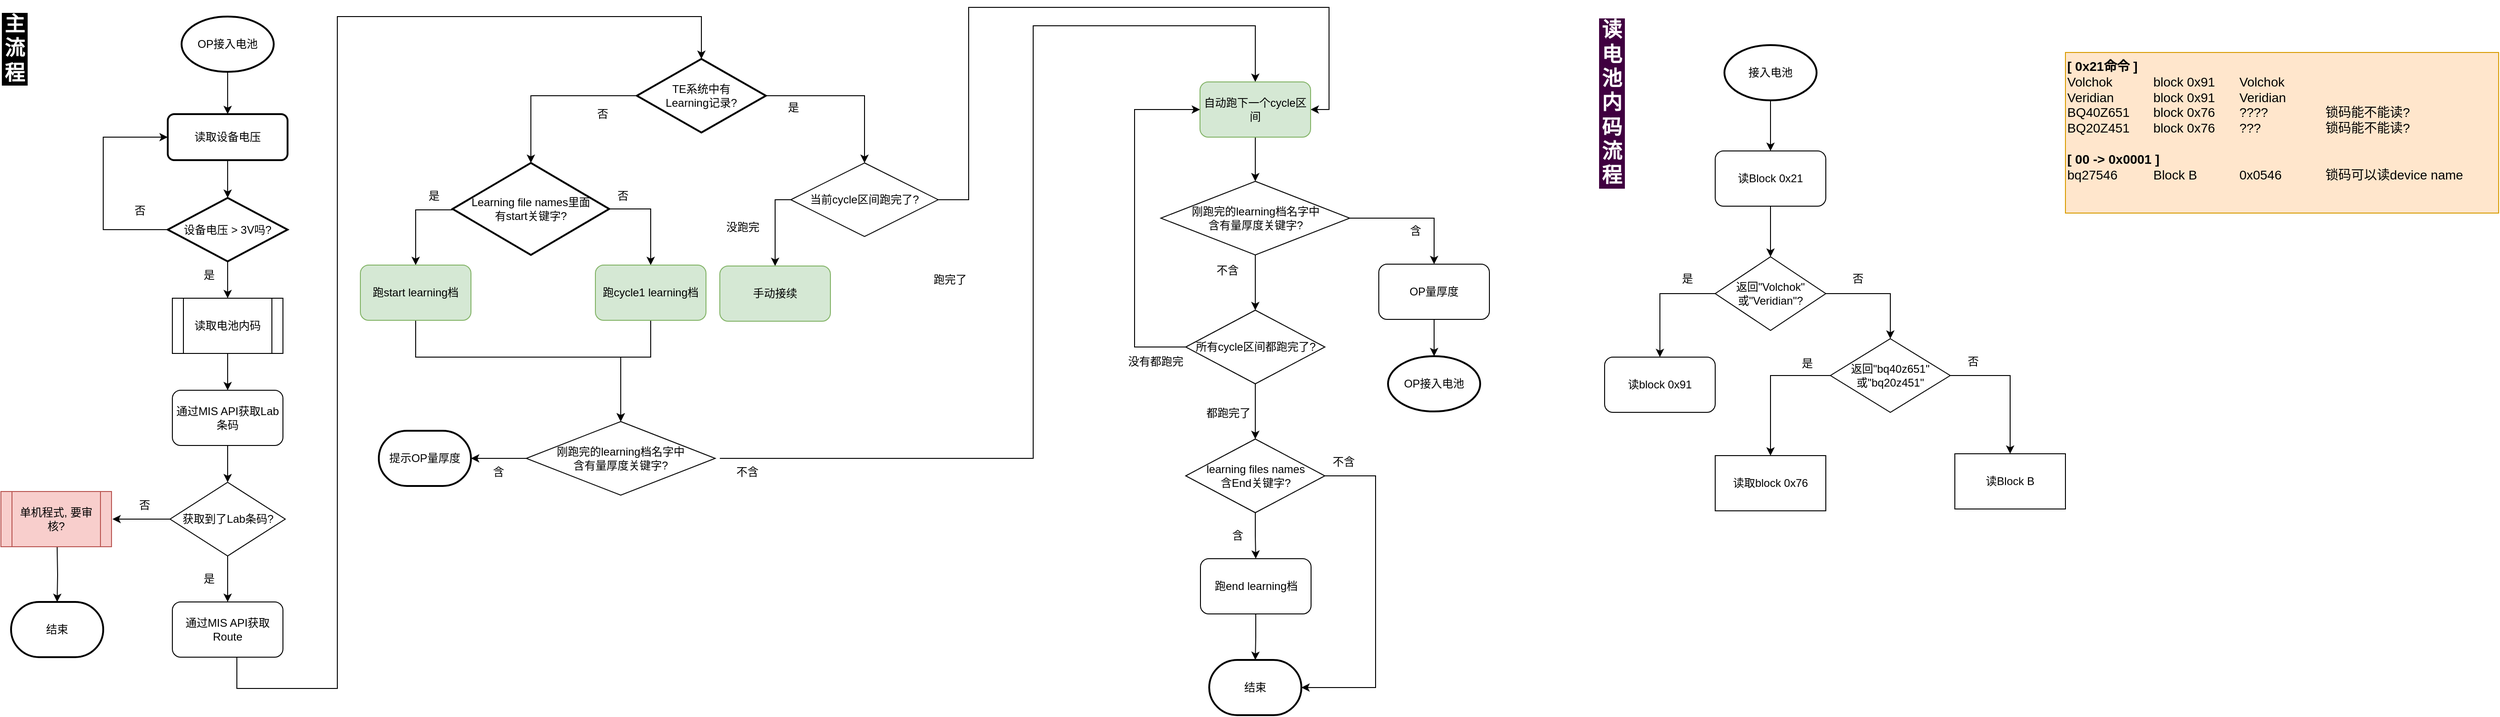
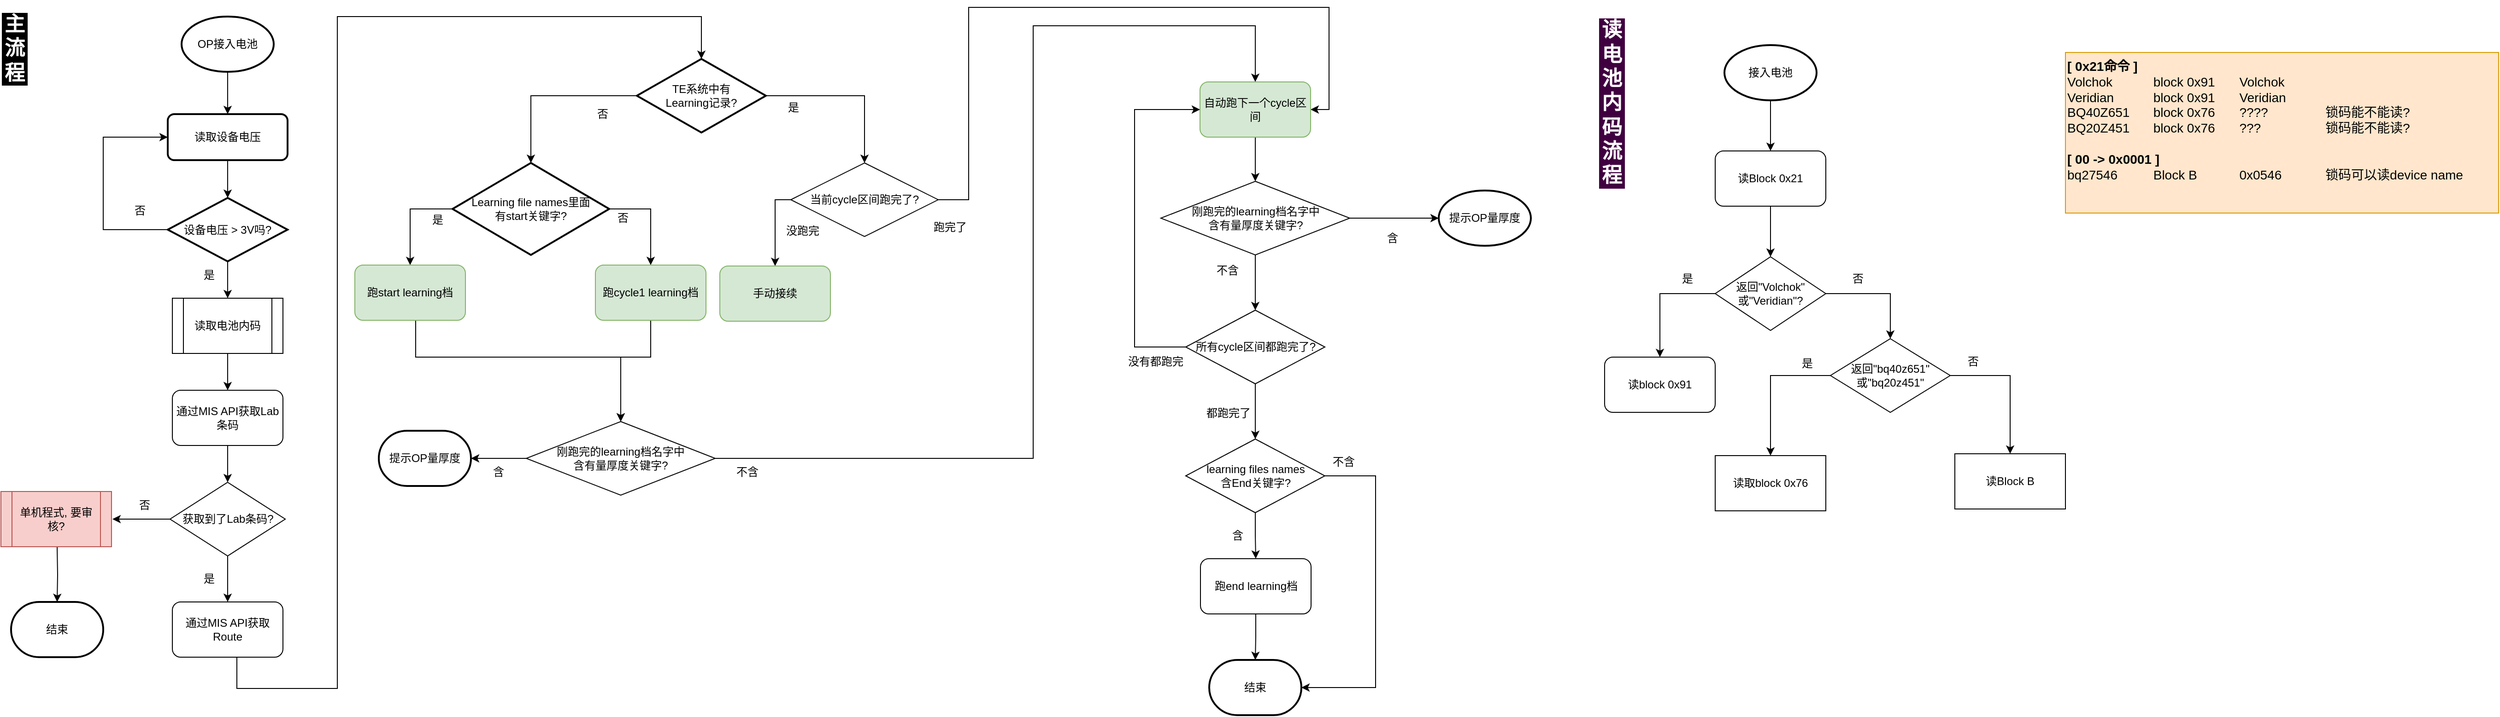
<mxfile host="app.diagrams.net">
  <diagram name="第 1 页" id="3HldnIOuQtLrwHUO-1mN">
    <mxGraphModel dx="1318" dy="774" grid="1" gridSize="10" guides="1" tooltips="1" connect="1" arrows="1" fold="1" page="1" pageScale="1" pageWidth="1169" pageHeight="827" background="#FFFFFF" math="0" shadow="0">
      <root>
        <mxCell id="0" />
        <mxCell id="1" parent="0" />
        <mxCell id="qRa3hty1LtdxE0hFs_0w-8" edge="1" parent="1" source="qRa3hty1LtdxE0hFs_0w-4" style="edgeStyle=orthogonalEdgeStyle;rounded=0;orthogonalLoop=1;jettySize=auto;html=1;" target="qRa3hty1LtdxE0hFs_0w-6" value="">
          <mxGeometry relative="1" as="geometry" />
        </mxCell>
        <mxCell id="qRa3hty1LtdxE0hFs_0w-4" parent="1" style="strokeWidth=2;html=1;shape=mxgraph.flowchart.start_1;whiteSpace=wrap;" value="OP接入电池" vertex="1">
          <mxGeometry height="60" width="100" x="216" y="20" as="geometry" />
        </mxCell>
        <mxCell id="qRa3hty1LtdxE0hFs_0w-9" edge="1" parent="1" source="qRa3hty1LtdxE0hFs_0w-6" style="edgeStyle=orthogonalEdgeStyle;rounded=0;orthogonalLoop=1;jettySize=auto;html=1;" target="qRa3hty1LtdxE0hFs_0w-7" value="">
          <mxGeometry relative="1" as="geometry" />
        </mxCell>
        <mxCell id="qRa3hty1LtdxE0hFs_0w-6" parent="1" style="rounded=1;whiteSpace=wrap;html=1;absoluteArcSize=1;arcSize=14;strokeWidth=2;" value="读取设备电压" vertex="1">
          <mxGeometry height="50" width="130" x="201" y="126" as="geometry" />
        </mxCell>
        <mxCell id="qRa3hty1LtdxE0hFs_0w-14" edge="1" parent="1" source="qRa3hty1LtdxE0hFs_0w-7" style="edgeStyle=orthogonalEdgeStyle;rounded=0;orthogonalLoop=1;jettySize=auto;html=1;" target="qRa3hty1LtdxE0hFs_0w-13" value="">
          <mxGeometry relative="1" as="geometry" />
        </mxCell>
        <mxCell id="qRa3hty1LtdxE0hFs_0w-25" edge="1" parent="1" source="qRa3hty1LtdxE0hFs_0w-7" style="edgeStyle=orthogonalEdgeStyle;rounded=0;orthogonalLoop=1;jettySize=auto;html=1;entryX=0;entryY=0.5;entryDx=0;entryDy=0;" target="qRa3hty1LtdxE0hFs_0w-6">
          <mxGeometry relative="1" as="geometry">
            <Array as="points">
              <mxPoint x="131" y="252" />
              <mxPoint x="131" y="151" />
            </Array>
            <mxPoint x="411" y="146" as="targetPoint" />
          </mxGeometry>
        </mxCell>
        <mxCell id="qRa3hty1LtdxE0hFs_0w-7" parent="1" style="strokeWidth=2;html=1;shape=mxgraph.flowchart.decision;whiteSpace=wrap;" value="设备电压 &amp;gt; 3V吗?" vertex="1">
          <mxGeometry height="69" width="130" x="201" y="217" as="geometry" />
        </mxCell>
        <mxCell id="qRa3hty1LtdxE0hFs_0w-11" parent="1" style="text;html=1;whiteSpace=wrap;strokeColor=none;fillColor=none;align=center;verticalAlign=middle;rounded=0;" value="&lt;div&gt;否&lt;/div&gt;" vertex="1">
          <mxGeometry height="30" width="60" x="141" y="216" as="geometry" />
        </mxCell>
        <mxCell id="qRa3hty1LtdxE0hFs_0w-12" parent="1" style="text;html=1;whiteSpace=wrap;strokeColor=none;fillColor=none;align=center;verticalAlign=middle;rounded=0;" value="&lt;div&gt;是&lt;/div&gt;" vertex="1">
          <mxGeometry height="30" width="60" x="216" y="286" as="geometry" />
        </mxCell>
        <mxCell id="qRa3hty1LtdxE0hFs_0w-16" edge="1" parent="1" source="qRa3hty1LtdxE0hFs_0w-13" style="edgeStyle=orthogonalEdgeStyle;rounded=0;orthogonalLoop=1;jettySize=auto;html=1;" target="qRa3hty1LtdxE0hFs_0w-15" value="">
          <mxGeometry relative="1" as="geometry" />
        </mxCell>
        <mxCell id="qRa3hty1LtdxE0hFs_0w-13" parent="1" style="shape=process;whiteSpace=wrap;html=1;backgroundOutline=1;" value="读取电池内码" vertex="1">
          <mxGeometry height="60" width="120" x="206" y="326" as="geometry" />
        </mxCell>
        <mxCell id="qRa3hty1LtdxE0hFs_0w-20" edge="1" parent="1" source="qRa3hty1LtdxE0hFs_0w-15" style="edgeStyle=orthogonalEdgeStyle;rounded=0;orthogonalLoop=1;jettySize=auto;html=1;" target="qRa3hty1LtdxE0hFs_0w-19" value="">
          <mxGeometry relative="1" as="geometry" />
        </mxCell>
        <mxCell id="qRa3hty1LtdxE0hFs_0w-15" parent="1" style="rounded=1;whiteSpace=wrap;html=1;" value="通过MIS API获取Lab条码" vertex="1">
          <mxGeometry height="60" width="120" x="206" y="426" as="geometry" />
        </mxCell>
        <mxCell id="qRa3hty1LtdxE0hFs_0w-31" edge="1" parent="1" style="edgeStyle=orthogonalEdgeStyle;rounded=0;orthogonalLoop=1;jettySize=auto;html=1;entryX=0.5;entryY=0;entryDx=0;entryDy=0;entryPerimeter=0;strokeWidth=1;" target="qRa3hty1LtdxE0hFs_0w-30" value="">
          <mxGeometry relative="1" as="geometry">
            <Array as="points">
              <mxPoint x="276" y="750" />
              <mxPoint x="385" y="750" />
              <mxPoint x="385" y="20" />
              <mxPoint x="780" y="20" />
              <mxPoint x="780" y="59" />
            </Array>
            <mxPoint x="276" y="716" as="sourcePoint" />
            <mxPoint x="793" y="59" as="targetPoint" />
          </mxGeometry>
        </mxCell>
        <mxCell id="qRa3hty1LtdxE0hFs_0w-17" parent="1" style="rounded=1;whiteSpace=wrap;html=1;" value="通过MIS API获取Route" vertex="1">
          <mxGeometry height="60" width="120" x="206" y="656" as="geometry" />
        </mxCell>
        <mxCell id="qRa3hty1LtdxE0hFs_0w-21" edge="1" parent="1" source="qRa3hty1LtdxE0hFs_0w-19" style="edgeStyle=orthogonalEdgeStyle;rounded=0;orthogonalLoop=1;jettySize=auto;html=1;" target="qRa3hty1LtdxE0hFs_0w-17" value="">
          <mxGeometry relative="1" as="geometry" />
        </mxCell>
        <mxCell id="qRa3hty1LtdxE0hFs_0w-27" edge="1" parent="1" source="qRa3hty1LtdxE0hFs_0w-19" style="edgeStyle=orthogonalEdgeStyle;rounded=0;orthogonalLoop=1;jettySize=auto;html=1;" value="">
          <mxGeometry relative="1" as="geometry">
            <mxPoint x="141" y="566" as="targetPoint" />
          </mxGeometry>
        </mxCell>
        <mxCell id="qRa3hty1LtdxE0hFs_0w-19" parent="1" style="rhombus;whiteSpace=wrap;html=1;" value="获取到了Lab条码?" vertex="1">
          <mxGeometry height="80" width="125" x="203.5" y="526" as="geometry" />
        </mxCell>
        <mxCell id="qRa3hty1LtdxE0hFs_0w-22" parent="1" style="text;html=1;whiteSpace=wrap;strokeColor=none;fillColor=none;align=center;verticalAlign=middle;rounded=0;" value="是" vertex="1">
          <mxGeometry height="30" width="60" x="216" y="616" as="geometry" />
        </mxCell>
        <mxCell id="qRa3hty1LtdxE0hFs_0w-29" edge="1" parent="1" style="edgeStyle=orthogonalEdgeStyle;rounded=0;orthogonalLoop=1;jettySize=auto;html=1;" target="qRa3hty1LtdxE0hFs_0w-28" value="">
          <mxGeometry relative="1" as="geometry">
            <mxPoint x="81" y="596" as="sourcePoint" />
          </mxGeometry>
        </mxCell>
        <mxCell id="qRa3hty1LtdxE0hFs_0w-26" parent="1" style="shape=process;whiteSpace=wrap;html=1;backgroundOutline=1;fillColor=#f8cecc;strokeColor=#b85450;" value="单机程式, 要审核?" vertex="1">
          <mxGeometry height="60" width="120" x="20" y="536" as="geometry" />
        </mxCell>
        <mxCell id="qRa3hty1LtdxE0hFs_0w-28" parent="1" style="strokeWidth=2;html=1;shape=mxgraph.flowchart.terminator;whiteSpace=wrap;" value="结束" vertex="1">
          <mxGeometry height="60" width="100" x="31" y="656" as="geometry" />
        </mxCell>
        <mxCell id="qRa3hty1LtdxE0hFs_0w-34" edge="1" parent="1" source="qRa3hty1LtdxE0hFs_0w-30" style="edgeStyle=orthogonalEdgeStyle;rounded=0;orthogonalLoop=1;jettySize=auto;html=1;exitX=0;exitY=0.5;exitDx=0;exitDy=0;exitPerimeter=0;" target="qRa3hty1LtdxE0hFs_0w-33" value="">
          <mxGeometry relative="1" as="geometry">
            <mxPoint x="595" y="129" as="sourcePoint" />
          </mxGeometry>
        </mxCell>
        <mxCell id="qRa3hty1LtdxE0hFs_0w-38" edge="1" parent="1" source="qRa3hty1LtdxE0hFs_0w-30" style="edgeStyle=orthogonalEdgeStyle;rounded=0;orthogonalLoop=1;jettySize=auto;html=1;" target="qRa3hty1LtdxE0hFs_0w-37" value="">
          <mxGeometry relative="1" as="geometry" />
        </mxCell>
        <mxCell id="qRa3hty1LtdxE0hFs_0w-30" parent="1" style="strokeWidth=2;html=1;shape=mxgraph.flowchart.decision;whiteSpace=wrap;" value="&lt;div&gt;TE系统中有&lt;/div&gt;&lt;div&gt;Learning记录?&lt;/div&gt;" vertex="1">
          <mxGeometry height="80" width="140" x="710" y="66" as="geometry" />
        </mxCell>
-         <mxCell id="qRa3hty1LtdxE0hFs_0w-45" edge="1" parent="1" source="qRa3hty1LtdxE0hFs_0w-33" style="edgeStyle=orthogonalEdgeStyle;rounded=0;orthogonalLoop=1;jettySize=auto;html=1;" target="qRa3hty1LtdxE0hFs_0w-44" value="">
-           <mxGeometry relative="1" as="geometry">
-             <Array as="points">
-               <mxPoint x="470" y="230" />
-             </Array>
-           </mxGeometry>
-         </mxCell>
        <mxCell id="qRa3hty1LtdxE0hFs_0w-67" edge="1" parent="1" source="qRa3hty1LtdxE0hFs_0w-33" style="edgeStyle=orthogonalEdgeStyle;rounded=0;orthogonalLoop=1;jettySize=auto;html=1;entryX=0.5;entryY=0;entryDx=0;entryDy=0;exitX=1;exitY=0.5;exitDx=0;exitDy=0;exitPerimeter=0;" target="qRa3hty1LtdxE0hFs_0w-66">
          <mxGeometry relative="1" as="geometry" />
+         </mxCell>
+         <mxCell id="PsBZDfwHha2lWDHOalyY-45" edge="1" parent="1" source="qRa3hty1LtdxE0hFs_0w-33" style="edgeStyle=orthogonalEdgeStyle;rounded=0;orthogonalLoop=1;jettySize=auto;html=1;entryX=0.5;entryY=0;entryDx=0;entryDy=0;" target="qRa3hty1LtdxE0hFs_0w-44">
+           <mxGeometry relative="1" as="geometry">
+             <Array as="points">
+               <mxPoint x="464" y="229" />
+             </Array>
+           </mxGeometry>
        </mxCell>
        <mxCell id="qRa3hty1LtdxE0hFs_0w-33" parent="1" style="strokeWidth=2;html=1;shape=mxgraph.flowchart.decision;whiteSpace=wrap;" value="&lt;div&gt;Learning file names里面&lt;/div&gt;&lt;div&gt;有start关键字?&lt;/div&gt;" vertex="1">
          <mxGeometry height="100" width="170" x="510" y="179" as="geometry" />
        </mxCell>
        <mxCell id="qRa3hty1LtdxE0hFs_0w-35" parent="1" style="text;html=1;whiteSpace=wrap;strokeColor=none;fillColor=none;align=center;verticalAlign=middle;rounded=0;" value="否" vertex="1">
          <mxGeometry height="30" width="60" x="642.5" y="111" as="geometry" />
        </mxCell>
        <mxCell id="qRa3hty1LtdxE0hFs_0w-36" parent="1" style="text;html=1;whiteSpace=wrap;strokeColor=none;fillColor=none;align=center;verticalAlign=middle;rounded=0;" value="是" vertex="1">
          <mxGeometry height="30" width="60" x="850" y="104" as="geometry" />
        </mxCell>
        <mxCell id="qRa3hty1LtdxE0hFs_0w-40" edge="1" parent="1" source="qRa3hty1LtdxE0hFs_0w-37" style="edgeStyle=orthogonalEdgeStyle;rounded=0;orthogonalLoop=1;jettySize=auto;html=1;" target="qRa3hty1LtdxE0hFs_0w-39" value="">
          <mxGeometry relative="1" as="geometry">
            <Array as="points">
              <mxPoint x="860" y="219" />
            </Array>
          </mxGeometry>
        </mxCell>
        <mxCell id="PsBZDfwHha2lWDHOalyY-44" edge="1" parent="1" source="qRa3hty1LtdxE0hFs_0w-37" style="edgeStyle=orthogonalEdgeStyle;rounded=0;orthogonalLoop=1;jettySize=auto;html=1;entryX=1;entryY=0.5;entryDx=0;entryDy=0;" target="qRa3hty1LtdxE0hFs_0w-55">
          <mxGeometry relative="1" as="geometry">
            <Array as="points">
              <mxPoint x="1070" y="219" />
              <mxPoint x="1070" y="10" />
              <mxPoint x="1461" y="10" />
              <mxPoint x="1461" y="121" />
            </Array>
          </mxGeometry>
        </mxCell>
        <mxCell id="qRa3hty1LtdxE0hFs_0w-37" parent="1" style="rhombus;whiteSpace=wrap;html=1;" value="当前cycle区间跑完了?" vertex="1">
          <mxGeometry height="80" width="160" x="877" y="179" as="geometry" />
        </mxCell>
        <mxCell id="qRa3hty1LtdxE0hFs_0w-39" parent="1" style="rounded=1;whiteSpace=wrap;html=1;fillColor=#d5e8d4;strokeColor=#82b366;" value="手动接续" vertex="1">
          <mxGeometry height="60" width="120" x="800" y="291" as="geometry" />
        </mxCell>
        <mxCell id="qRa3hty1LtdxE0hFs_0w-41" parent="1" style="text;html=1;whiteSpace=wrap;strokeColor=none;fillColor=none;align=center;verticalAlign=middle;rounded=0;" value="没跑完" vertex="1">
-           <mxGeometry height="30" width="60" x="795" y="233.5" as="geometry" />
+           <mxGeometry height="30" width="60" x="860" y="238" as="geometry" />
        </mxCell>
        <mxCell id="qRa3hty1LtdxE0hFs_0w-71" edge="1" parent="1" source="qRa3hty1LtdxE0hFs_0w-44" style="edgeStyle=orthogonalEdgeStyle;rounded=0;orthogonalLoop=1;jettySize=auto;html=1;entryX=0.5;entryY=0;entryDx=0;entryDy=0;exitX=0.5;exitY=1;exitDx=0;exitDy=0;" target="qRa3hty1LtdxE0hFs_0w-49">
          <mxGeometry relative="1" as="geometry">
            <Array as="points">
              <mxPoint x="470" y="390" />
              <mxPoint x="692" y="390" />
            </Array>
          </mxGeometry>
        </mxCell>
        <mxCell id="qRa3hty1LtdxE0hFs_0w-44" parent="1" style="rounded=1;whiteSpace=wrap;html=1;fillColor=#d5e8d4;strokeColor=#82b366;" value="跑start learning档" vertex="1">
-           <mxGeometry height="60" width="120" x="410" y="290" as="geometry" />
+           <mxGeometry height="60" width="120" x="404" y="290" as="geometry" />
        </mxCell>
        <mxCell id="qRa3hty1LtdxE0hFs_0w-46" parent="1" style="text;html=1;whiteSpace=wrap;strokeColor=none;fillColor=none;align=center;verticalAlign=middle;rounded=0;" value="是" vertex="1">
-           <mxGeometry height="30" width="60" x="460" y="200" as="geometry" />
-         </mxCell>
-         <mxCell id="qRa3hty1LtdxE0hFs_0w-129" edge="1" parent="1" style="edgeStyle=orthogonalEdgeStyle;rounded=0;orthogonalLoop=1;jettySize=auto;html=1;entryX=0.5;entryY=0;entryDx=0;entryDy=0;strokeWidth=1;" target="qRa3hty1LtdxE0hFs_0w-55">
+           <mxGeometry height="30" width="60" x="464" y="226" as="geometry" />
+         </mxCell>
+         <mxCell id="qRa3hty1LtdxE0hFs_0w-129" edge="1" parent="1" source="qRa3hty1LtdxE0hFs_0w-49" style="edgeStyle=orthogonalEdgeStyle;rounded=0;orthogonalLoop=1;jettySize=auto;html=1;entryX=0.5;entryY=0;entryDx=0;entryDy=0;strokeWidth=1;exitX=1;exitY=0.5;exitDx=0;exitDy=0;" target="qRa3hty1LtdxE0hFs_0w-55">
          <mxGeometry relative="1" as="geometry">
            <Array as="points">
              <mxPoint x="1140" y="500" />
              <mxPoint x="1140" y="30" />
              <mxPoint x="1381" y="30" />
            </Array>
            <mxPoint x="800" y="500" as="sourcePoint" />
          </mxGeometry>
        </mxCell>
        <mxCell id="PsBZDfwHha2lWDHOalyY-38" edge="1" parent="1" source="qRa3hty1LtdxE0hFs_0w-49" style="edgeStyle=orthogonalEdgeStyle;rounded=0;orthogonalLoop=1;jettySize=auto;html=1;" target="PsBZDfwHha2lWDHOalyY-37" value="">
          <mxGeometry relative="1" as="geometry" />
        </mxCell>
        <mxCell id="qRa3hty1LtdxE0hFs_0w-49" parent="1" style="rhombus;whiteSpace=wrap;html=1;" value="&lt;div&gt;刚跑完的learning档名字中&lt;/div&gt;&lt;div&gt;含有量厚度关键字?&lt;/div&gt;" vertex="1">
          <mxGeometry height="80" width="205" x="590" y="460" as="geometry" />
        </mxCell>
        <mxCell id="qRa3hty1LtdxE0hFs_0w-53" parent="1" style="text;html=1;whiteSpace=wrap;strokeColor=none;fillColor=none;align=center;verticalAlign=middle;rounded=0;" value="&lt;div&gt;含&lt;/div&gt;" vertex="1">
          <mxGeometry height="30" width="60" x="530" y="500" as="geometry" />
        </mxCell>
        <mxCell id="qRa3hty1LtdxE0hFs_0w-130" edge="1" parent="1" source="qRa3hty1LtdxE0hFs_0w-55" style="edgeStyle=orthogonalEdgeStyle;rounded=0;orthogonalLoop=1;jettySize=auto;html=1;" target="qRa3hty1LtdxE0hFs_0w-88" value="">
          <mxGeometry relative="1" as="geometry" />
        </mxCell>
        <mxCell id="qRa3hty1LtdxE0hFs_0w-55" parent="1" style="rounded=1;whiteSpace=wrap;html=1;fillColor=#d5e8d4;strokeColor=#82b366;" value="自动跑下一个cycle区间" vertex="1">
          <mxGeometry height="60" width="120" x="1321" y="91" as="geometry" />
        </mxCell>
        <mxCell id="qRa3hty1LtdxE0hFs_0w-57" parent="1" style="text;html=1;whiteSpace=wrap;strokeColor=none;fillColor=none;align=center;verticalAlign=middle;rounded=0;" value="否" vertex="1">
          <mxGeometry height="30" width="60" x="146" y="536" as="geometry" />
        </mxCell>
        <mxCell id="qRa3hty1LtdxE0hFs_0w-58" parent="1" style="text;html=1;whiteSpace=wrap;strokeColor=none;fillColor=none;align=center;verticalAlign=middle;rounded=0;" value="跑完了" vertex="1">
-           <mxGeometry height="30" width="60" x="1020" y="291" as="geometry" />
+           <mxGeometry height="30" width="60" x="1020" y="233.5" as="geometry" />
        </mxCell>
        <mxCell id="qRa3hty1LtdxE0hFs_0w-73" edge="1" parent="1" source="qRa3hty1LtdxE0hFs_0w-66" style="edgeStyle=orthogonalEdgeStyle;rounded=0;orthogonalLoop=1;jettySize=auto;html=1;entryX=0.5;entryY=0;entryDx=0;entryDy=0;exitX=0.5;exitY=1;exitDx=0;exitDy=0;" target="qRa3hty1LtdxE0hFs_0w-49">
          <mxGeometry relative="1" as="geometry">
            <Array as="points">
              <mxPoint x="725" y="390" />
              <mxPoint x="692" y="390" />
            </Array>
          </mxGeometry>
        </mxCell>
        <mxCell id="qRa3hty1LtdxE0hFs_0w-66" parent="1" style="rounded=1;whiteSpace=wrap;html=1;fillColor=#d5e8d4;strokeColor=#82b366;" value="跑cycle1 learning档" vertex="1">
          <mxGeometry height="60" width="120" x="665" y="290" as="geometry" />
        </mxCell>
        <mxCell id="qRa3hty1LtdxE0hFs_0w-68" parent="1" style="text;html=1;whiteSpace=wrap;strokeColor=none;fillColor=none;align=center;verticalAlign=middle;rounded=0;" value="否" vertex="1">
-           <mxGeometry height="30" width="60" x="665" y="200" as="geometry" />
+           <mxGeometry height="30" width="60" x="665" y="224" as="geometry" />
        </mxCell>
        <mxCell id="qRa3hty1LtdxE0hFs_0w-75" parent="1" style="text;html=1;whiteSpace=wrap;strokeColor=none;fillColor=none;align=center;verticalAlign=middle;rounded=0;" value="不含" vertex="1">
          <mxGeometry height="30" width="60" x="800" y="500" as="geometry" />
        </mxCell>
-         <mxCell id="qRa3hty1LtdxE0hFs_0w-132" edge="1" parent="1" source="qRa3hty1LtdxE0hFs_0w-88" style="edgeStyle=orthogonalEdgeStyle;rounded=0;orthogonalLoop=1;jettySize=auto;html=1;" target="qRa3hty1LtdxE0hFs_0w-91" value="">
-           <mxGeometry relative="1" as="geometry" />
-         </mxCell>
        <mxCell id="qRa3hty1LtdxE0hFs_0w-134" edge="1" parent="1" source="qRa3hty1LtdxE0hFs_0w-88" style="edgeStyle=orthogonalEdgeStyle;rounded=0;orthogonalLoop=1;jettySize=auto;html=1;" target="qRa3hty1LtdxE0hFs_0w-107" value="">
+           <mxGeometry relative="1" as="geometry" />
+         </mxCell>
+         <mxCell id="PsBZDfwHha2lWDHOalyY-47" edge="1" parent="1" source="qRa3hty1LtdxE0hFs_0w-88" style="edgeStyle=orthogonalEdgeStyle;rounded=0;orthogonalLoop=1;jettySize=auto;html=1;" target="qRa3hty1LtdxE0hFs_0w-103" value="">
          <mxGeometry relative="1" as="geometry" />
        </mxCell>
        <mxCell id="qRa3hty1LtdxE0hFs_0w-88" parent="1" style="rhombus;whiteSpace=wrap;html=1;" value="&lt;div&gt;刚跑完的learning档名字中&lt;/div&gt;&lt;div&gt;含有量厚度关键字?&lt;/div&gt;" vertex="1">
          <mxGeometry height="80" width="205" x="1278.5" y="199" as="geometry" />
        </mxCell>
-         <mxCell id="qRa3hty1LtdxE0hFs_0w-104" edge="1" parent="1" source="qRa3hty1LtdxE0hFs_0w-91" style="edgeStyle=orthogonalEdgeStyle;rounded=0;orthogonalLoop=1;jettySize=auto;html=1;" target="qRa3hty1LtdxE0hFs_0w-103" value="">
-           <mxGeometry relative="1" as="geometry" />
-         </mxCell>
-         <mxCell id="qRa3hty1LtdxE0hFs_0w-91" parent="1" style="rounded=1;whiteSpace=wrap;html=1;" value="OP量厚度" vertex="1">
-           <mxGeometry height="60" width="120" x="1515" y="289" as="geometry" />
-         </mxCell>
        <mxCell id="qRa3hty1LtdxE0hFs_0w-93" parent="1" style="text;html=1;whiteSpace=wrap;strokeColor=none;fillColor=none;align=center;verticalAlign=middle;rounded=0;" value="含" vertex="1">
-           <mxGeometry height="30" width="60" x="1525" y="238" as="geometry" />
+           <mxGeometry height="30" width="60" x="1500" y="246" as="geometry" />
        </mxCell>
        <mxCell id="qRa3hty1LtdxE0hFs_0w-95" parent="1" style="text;html=1;whiteSpace=wrap;strokeColor=none;fillColor=none;align=center;verticalAlign=middle;rounded=0;" value="不含" vertex="1">
          <mxGeometry height="30" width="60" x="1321" y="281" as="geometry" />
        </mxCell>
-         <mxCell id="qRa3hty1LtdxE0hFs_0w-103" parent="1" style="strokeWidth=2;html=1;shape=mxgraph.flowchart.start_1;whiteSpace=wrap;" value="OP接入电池" vertex="1">
-           <mxGeometry height="60" width="100" x="1525" y="389" as="geometry" />
+         <mxCell id="qRa3hty1LtdxE0hFs_0w-103" parent="1" style="strokeWidth=2;html=1;shape=mxgraph.flowchart.start_1;whiteSpace=wrap;" value="&lt;div&gt;提示OP量厚度&lt;/div&gt;" vertex="1">
+           <mxGeometry height="60" width="100" x="1580" y="209" as="geometry" />
        </mxCell>
        <mxCell id="qRa3hty1LtdxE0hFs_0w-118" edge="1" parent="1" source="qRa3hty1LtdxE0hFs_0w-107" style="edgeStyle=orthogonalEdgeStyle;rounded=0;orthogonalLoop=1;jettySize=auto;html=1;" target="qRa3hty1LtdxE0hFs_0w-117" value="">
          <mxGeometry relative="1" as="geometry" />
        </mxCell>
        <mxCell id="PsBZDfwHha2lWDHOalyY-42" edge="1" parent="1" source="qRa3hty1LtdxE0hFs_0w-107" style="edgeStyle=orthogonalEdgeStyle;rounded=0;orthogonalLoop=1;jettySize=auto;html=1;entryX=0;entryY=0.5;entryDx=0;entryDy=0;" target="qRa3hty1LtdxE0hFs_0w-55">
          <mxGeometry relative="1" as="geometry">
            <Array as="points">
              <mxPoint x="1250" y="379" />
              <mxPoint x="1250" y="121" />
            </Array>
          </mxGeometry>
        </mxCell>
        <mxCell id="qRa3hty1LtdxE0hFs_0w-107" parent="1" style="rhombus;whiteSpace=wrap;html=1;" value="所有cycle区间都跑完了?" vertex="1">
          <mxGeometry height="80" width="151" x="1305.5" y="339" as="geometry" />
        </mxCell>
        <mxCell id="qRa3hty1LtdxE0hFs_0w-111" parent="1" style="text;html=1;whiteSpace=wrap;strokeColor=none;fillColor=none;align=center;verticalAlign=middle;rounded=0;" value="没有都跑完" vertex="1">
          <mxGeometry height="30" width="65.5" x="1240" y="380" as="geometry" />
        </mxCell>
        <mxCell id="qRa3hty1LtdxE0hFs_0w-112" parent="1" style="strokeWidth=2;html=1;shape=mxgraph.flowchart.terminator;whiteSpace=wrap;" value="结束" vertex="1">
          <mxGeometry height="60" width="100" x="1331" y="719" as="geometry" />
        </mxCell>
        <mxCell id="qRa3hty1LtdxE0hFs_0w-114" parent="1" style="text;html=1;whiteSpace=wrap;strokeColor=none;fillColor=none;align=center;verticalAlign=middle;rounded=0;" value="都跑完了" vertex="1">
          <mxGeometry height="30" width="60" x="1322" y="436" as="geometry" />
        </mxCell>
        <mxCell id="qRa3hty1LtdxE0hFs_0w-122" edge="1" parent="1" source="qRa3hty1LtdxE0hFs_0w-117" style="edgeStyle=orthogonalEdgeStyle;rounded=0;orthogonalLoop=1;jettySize=auto;html=1;" target="qRa3hty1LtdxE0hFs_0w-120" value="">
          <mxGeometry relative="1" as="geometry" />
        </mxCell>
        <mxCell id="qRa3hty1LtdxE0hFs_0w-117" parent="1" style="rhombus;whiteSpace=wrap;html=1;" value="&lt;div&gt;learning files names&lt;/div&gt;&lt;div&gt;含End关键字?&lt;/div&gt;" vertex="1">
          <mxGeometry height="80" width="151" x="1305.5" y="479" as="geometry" />
        </mxCell>
        <mxCell id="qRa3hty1LtdxE0hFs_0w-121" edge="1" parent="1" source="qRa3hty1LtdxE0hFs_0w-120" style="edgeStyle=orthogonalEdgeStyle;rounded=0;orthogonalLoop=1;jettySize=auto;html=1;" target="qRa3hty1LtdxE0hFs_0w-112" value="">
          <mxGeometry relative="1" as="geometry" />
        </mxCell>
        <mxCell id="qRa3hty1LtdxE0hFs_0w-120" parent="1" style="rounded=1;whiteSpace=wrap;html=1;" value="跑end learning档" vertex="1">
          <mxGeometry height="60" width="120" x="1321.5" y="609" as="geometry" />
        </mxCell>
        <mxCell id="qRa3hty1LtdxE0hFs_0w-123" parent="1" style="text;html=1;whiteSpace=wrap;strokeColor=none;fillColor=none;align=center;verticalAlign=middle;rounded=0;" value="含" vertex="1">
          <mxGeometry height="30" width="60" x="1331.5" y="569" as="geometry" />
        </mxCell>
        <mxCell id="qRa3hty1LtdxE0hFs_0w-124" edge="1" parent="1" source="qRa3hty1LtdxE0hFs_0w-117" style="edgeStyle=orthogonalEdgeStyle;rounded=0;orthogonalLoop=1;jettySize=auto;html=1;entryX=1;entryY=0.5;entryDx=0;entryDy=0;entryPerimeter=0;" target="qRa3hty1LtdxE0hFs_0w-112">
          <mxGeometry relative="1" as="geometry">
            <Array as="points">
              <mxPoint x="1511.5" y="519" />
              <mxPoint x="1511.5" y="749" />
            </Array>
          </mxGeometry>
        </mxCell>
        <mxCell id="qRa3hty1LtdxE0hFs_0w-125" parent="1" style="text;html=1;whiteSpace=wrap;strokeColor=none;fillColor=none;align=center;verticalAlign=middle;rounded=0;" value="不含" vertex="1">
          <mxGeometry height="30" width="60" x="1446.5" y="489" as="geometry" />
        </mxCell>
        <mxCell id="PsBZDfwHha2lWDHOalyY-6" edge="1" parent="1" source="qRa3hty1LtdxE0hFs_0w-136" style="edgeStyle=orthogonalEdgeStyle;rounded=0;orthogonalLoop=1;jettySize=auto;html=1;" target="PsBZDfwHha2lWDHOalyY-3" value="">
          <mxGeometry relative="1" as="geometry" />
        </mxCell>
        <mxCell id="qRa3hty1LtdxE0hFs_0w-136" parent="1" style="strokeWidth=2;html=1;shape=mxgraph.flowchart.start_1;whiteSpace=wrap;" value="接入电池" vertex="1">
          <mxGeometry height="60" width="100" x="1890" y="51" as="geometry" />
        </mxCell>
        <mxCell id="PsBZDfwHha2lWDHOalyY-1" parent="1" style="text;html=1;whiteSpace=wrap;strokeColor=none;fillColor=none;align=center;verticalAlign=middle;rounded=0;fontStyle=1;strokeWidth=3;labelBackgroundColor=light-dark(#400040, #ededed);fontColor=light-dark(#ffffff, #ededed);fontSize=22;" value="读电池内码流程" vertex="1">
          <mxGeometry height="30" width="30" x="1753" y="99" as="geometry" />
        </mxCell>
        <mxCell id="PsBZDfwHha2lWDHOalyY-2" parent="1" style="text;html=1;whiteSpace=wrap;strokeColor=#d79b00;fillColor=#ffe6cc;align=left;verticalAlign=top;rounded=0;fontSize=14;labelBackgroundColor=none;" value="&lt;div&gt;&lt;b&gt;[ 0x21命令 ]&lt;/b&gt;&lt;/div&gt;&lt;div&gt;Volchok&lt;span style=&quot;white-space: pre;&quot;&gt;&#x9;&lt;/span&gt;&lt;span style=&quot;white-space: pre;&quot;&gt;&#x9;&lt;/span&gt;block 0x91&lt;span style=&quot;white-space: pre;&quot;&gt;&#x9;&lt;/span&gt;Volchok&lt;/div&gt;&lt;div&gt;Veridian&lt;span style=&quot;white-space: pre;&quot;&gt;&lt;span style=&quot;white-space: pre;&quot;&gt;&#x9;&lt;/span&gt;&lt;span style=&quot;white-space: pre;&quot;&gt;&#x9;&lt;/span&gt;block 0x91&#x9;Veridian&lt;/span&gt;&lt;/div&gt;&lt;div&gt;BQ40Z651&lt;span style=&quot;white-space: pre;&quot;&gt;&#x9;block 0x76&lt;/span&gt;&lt;span style=&quot;white-space: pre;&quot;&gt;&#x9;????&lt;span style=&quot;white-space: pre;&quot;&gt;&#x9;&lt;/span&gt;&lt;span style=&quot;white-space: pre;&quot;&gt;&#x9;&lt;/span&gt;锁码能不能读?&lt;/span&gt;&lt;/div&gt;&lt;div&gt;&lt;span style=&quot;white-space: pre;&quot;&gt;BQ20Z451&lt;span style=&quot;white-space: pre;&quot;&gt;&#x9;&lt;/span&gt;block 0x76&lt;span style=&quot;white-space: pre;&quot;&gt;&#x9;???&lt;span style=&quot;white-space: pre;&quot;&gt;&#x9;&lt;/span&gt;&lt;span style=&quot;white-space: pre;&quot;&gt;&#x9;&lt;/span&gt;&lt;span style=&quot;white-space: pre;&quot;&gt;&#x9;&lt;/span&gt;锁码能不能读?&lt;/span&gt;&lt;/span&gt;&lt;/div&gt;&lt;div&gt;&lt;br&gt;&lt;/div&gt;&lt;div&gt;&lt;b&gt;[ 00 -&amp;gt; 0x0001 ]&lt;/b&gt;&lt;/div&gt;&lt;div&gt;bq27546&lt;span style=&quot;white-space: pre;&quot;&gt;&#x9;&lt;/span&gt;&lt;span style=&quot;white-space: pre;&quot;&gt;&#x9;Block B&lt;span style=&quot;white-space: pre;&quot;&gt;&#x9;&lt;/span&gt;&lt;span style=&quot;white-space: pre;&quot;&gt;&#x9;&lt;/span&gt;0x0546&lt;span style=&quot;white-space: pre;&quot;&gt;&#x9;&lt;/span&gt;&lt;span style=&quot;white-space: pre;&quot;&gt;&#x9;&lt;/span&gt;锁码可以读device name&lt;/span&gt;&lt;/div&gt;&lt;div&gt;&lt;br&gt;&lt;/div&gt;" vertex="1">
          <mxGeometry height="174.5" width="470" x="2260" y="59" as="geometry" />
        </mxCell>
        <mxCell id="PsBZDfwHha2lWDHOalyY-7" edge="1" parent="1" source="PsBZDfwHha2lWDHOalyY-3" style="edgeStyle=orthogonalEdgeStyle;rounded=0;orthogonalLoop=1;jettySize=auto;html=1;" target="PsBZDfwHha2lWDHOalyY-5" value="">
          <mxGeometry relative="1" as="geometry" />
        </mxCell>
        <mxCell id="PsBZDfwHha2lWDHOalyY-3" parent="1" style="rounded=1;whiteSpace=wrap;html=1;" value="读Block 0x21" vertex="1">
          <mxGeometry height="60" width="120" x="1880" y="166" as="geometry" />
        </mxCell>
        <mxCell id="PsBZDfwHha2lWDHOalyY-27" edge="1" parent="1" source="PsBZDfwHha2lWDHOalyY-5" style="edgeStyle=orthogonalEdgeStyle;rounded=0;orthogonalLoop=1;jettySize=auto;html=1;" target="PsBZDfwHha2lWDHOalyY-26" value="">
          <mxGeometry relative="1" as="geometry" />
        </mxCell>
        <mxCell id="PsBZDfwHha2lWDHOalyY-35" edge="1" parent="1" source="PsBZDfwHha2lWDHOalyY-5" style="edgeStyle=orthogonalEdgeStyle;rounded=0;orthogonalLoop=1;jettySize=auto;html=1;entryX=0.5;entryY=0;entryDx=0;entryDy=0;" target="PsBZDfwHha2lWDHOalyY-12">
          <mxGeometry relative="1" as="geometry">
            <Array as="points">
              <mxPoint x="1820" y="321" />
            </Array>
          </mxGeometry>
        </mxCell>
        <mxCell id="PsBZDfwHha2lWDHOalyY-5" parent="1" style="rhombus;whiteSpace=wrap;html=1;" value="&lt;div&gt;返回&quot;Volchok&quot;&lt;/div&gt;&lt;div&gt;或&quot;Veridian&quot;?&lt;/div&gt;" vertex="1">
          <mxGeometry height="80" width="120" x="1880" y="281" as="geometry" />
        </mxCell>
        <mxCell id="PsBZDfwHha2lWDHOalyY-12" parent="1" style="rounded=1;whiteSpace=wrap;html=1;" value="读block 0x91" vertex="1">
          <mxGeometry height="60" width="120" x="1760" y="390" as="geometry" />
        </mxCell>
        <mxCell id="PsBZDfwHha2lWDHOalyY-14" parent="1" style="text;html=1;whiteSpace=wrap;strokeColor=none;fillColor=none;align=center;verticalAlign=middle;rounded=0;" value="是" vertex="1">
          <mxGeometry height="30" width="60" x="1820" y="290" as="geometry" />
        </mxCell>
        <mxCell id="PsBZDfwHha2lWDHOalyY-29" edge="1" parent="1" source="PsBZDfwHha2lWDHOalyY-26" style="edgeStyle=orthogonalEdgeStyle;rounded=0;orthogonalLoop=1;jettySize=auto;html=1;" target="PsBZDfwHha2lWDHOalyY-28" value="">
          <mxGeometry relative="1" as="geometry" />
        </mxCell>
        <mxCell id="PsBZDfwHha2lWDHOalyY-32" edge="1" parent="1" source="PsBZDfwHha2lWDHOalyY-26" style="edgeStyle=orthogonalEdgeStyle;rounded=0;orthogonalLoop=1;jettySize=auto;html=1;" target="PsBZDfwHha2lWDHOalyY-31" value="">
          <mxGeometry relative="1" as="geometry" />
        </mxCell>
        <mxCell id="PsBZDfwHha2lWDHOalyY-26" parent="1" style="rhombus;whiteSpace=wrap;html=1;" value="&lt;div&gt;返回&quot;bq40z651&quot;&lt;/div&gt;&lt;div&gt;或&quot;bq20z451&quot;&lt;/div&gt;" vertex="1">
          <mxGeometry height="80" width="130" x="2005" y="370" as="geometry" />
        </mxCell>
        <mxCell id="PsBZDfwHha2lWDHOalyY-28" parent="1" style="whiteSpace=wrap;html=1;" value="读取block 0x76" vertex="1">
          <mxGeometry height="60" width="120" x="1880" y="497" as="geometry" />
        </mxCell>
        <mxCell id="PsBZDfwHha2lWDHOalyY-30" parent="1" style="text;html=1;whiteSpace=wrap;strokeColor=none;fillColor=none;align=center;verticalAlign=middle;rounded=0;" value="是" vertex="1">
          <mxGeometry height="30" width="60" x="1950" y="382" as="geometry" />
        </mxCell>
        <mxCell id="PsBZDfwHha2lWDHOalyY-31" parent="1" style="whiteSpace=wrap;html=1;" value="读Block B" vertex="1">
          <mxGeometry height="60" width="120" x="2140" y="495" as="geometry" />
        </mxCell>
        <mxCell id="PsBZDfwHha2lWDHOalyY-33" parent="1" style="text;html=1;whiteSpace=wrap;strokeColor=none;fillColor=none;align=center;verticalAlign=middle;rounded=0;" value="否" vertex="1">
          <mxGeometry height="30" width="60" x="2005" y="290" as="geometry" />
        </mxCell>
        <mxCell id="PsBZDfwHha2lWDHOalyY-34" parent="1" style="text;html=1;whiteSpace=wrap;strokeColor=none;fillColor=none;align=center;verticalAlign=middle;rounded=0;" value="否" vertex="1">
          <mxGeometry height="30" width="60" x="2130" y="380" as="geometry" />
        </mxCell>
        <mxCell id="PsBZDfwHha2lWDHOalyY-36" parent="1" style="text;html=1;whiteSpace=wrap;strokeColor=none;fillColor=none;align=center;verticalAlign=middle;rounded=0;fontStyle=1;fontSize=22;fontColor=light-dark(#ffffff, #ededed);strokeWidth=3;labelBackgroundColor=#000000;" value="主流程" vertex="1">
          <mxGeometry height="30" width="30" x="20" y="40" as="geometry" />
        </mxCell>
        <mxCell id="PsBZDfwHha2lWDHOalyY-37" parent="1" style="strokeWidth=2;html=1;shape=mxgraph.flowchart.terminator;whiteSpace=wrap;" value="提示OP量厚度" vertex="1">
          <mxGeometry height="60" width="100" x="430" y="470" as="geometry" />
        </mxCell>
      </root>
    </mxGraphModel>
  </diagram>
</mxfile>
